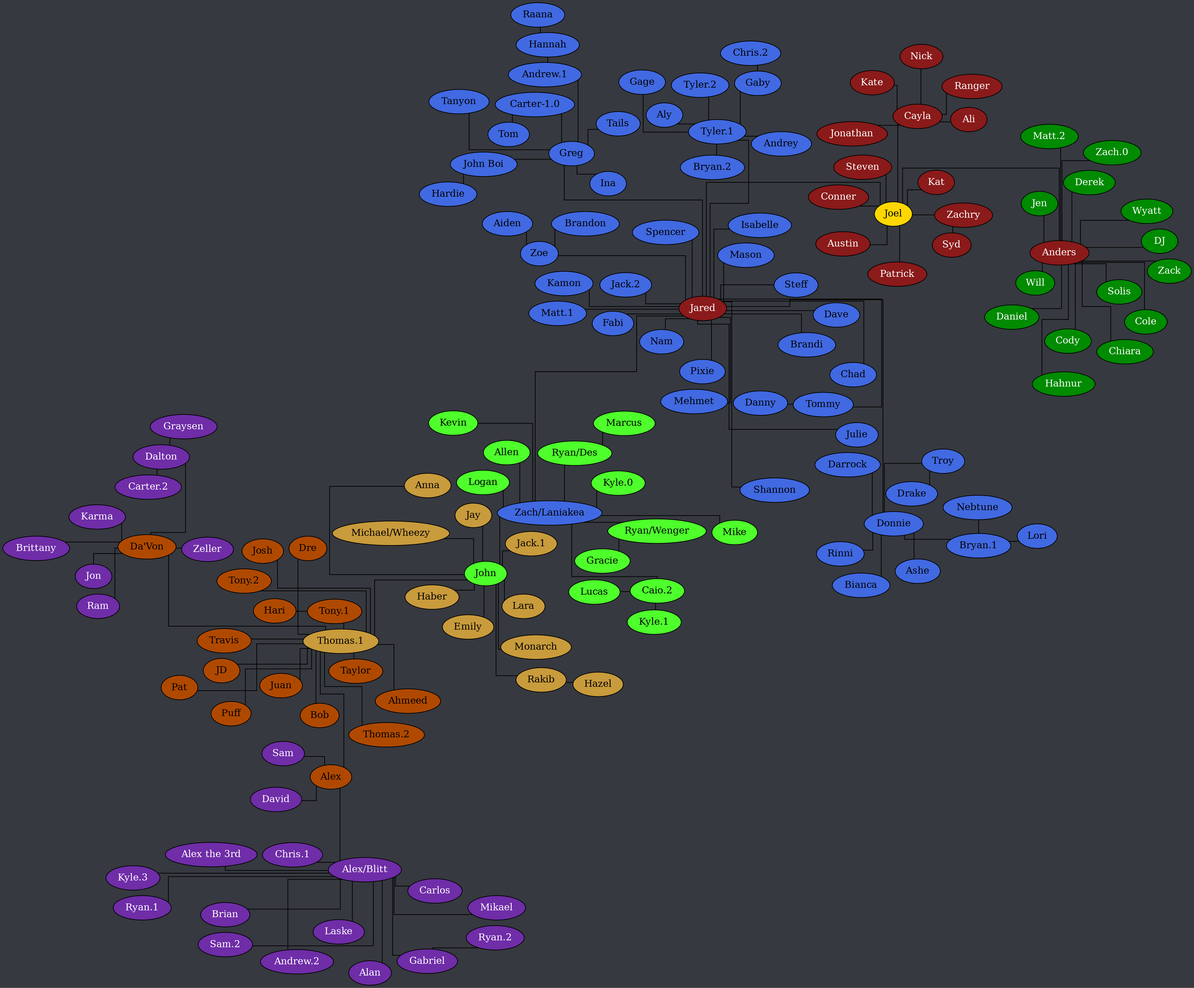
This is tree.png from Documidas/CoronaCatzFamilyTree, a Graphviz export, as it was before one commit. Its source is kept beside it as tree.dot.
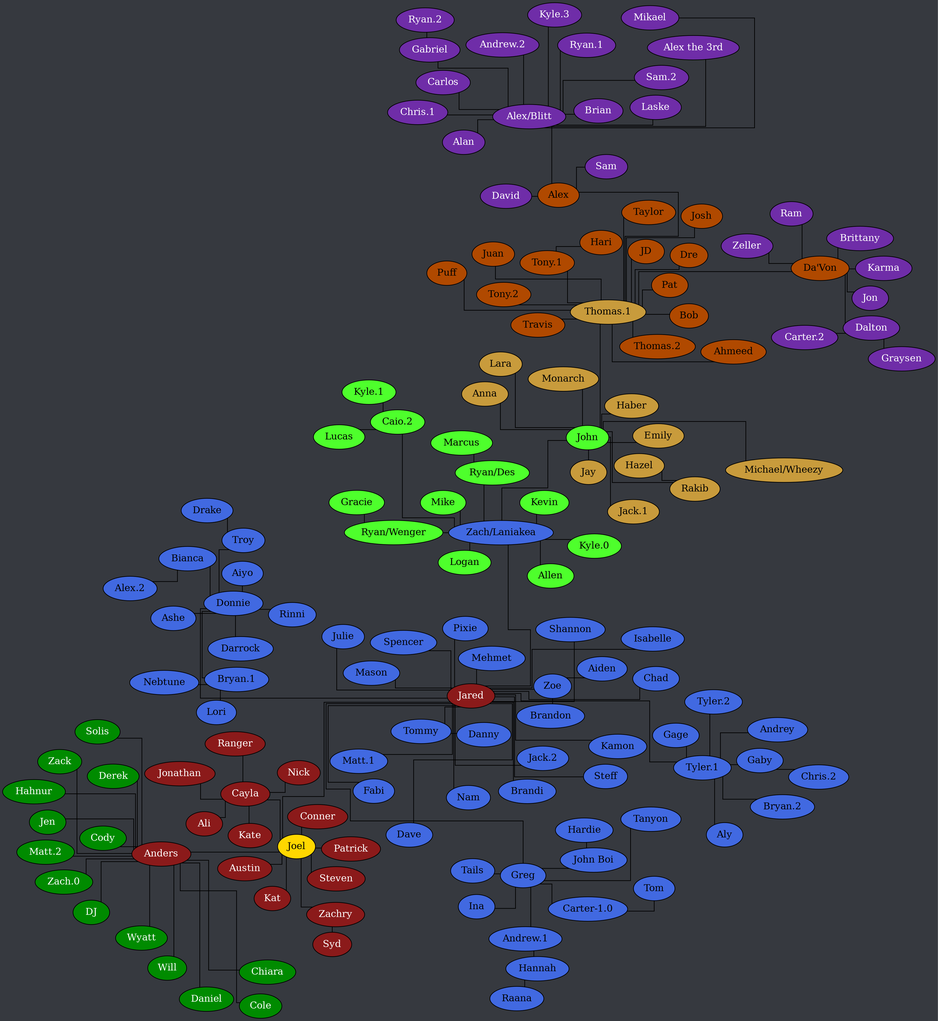
After the commit.

Commit message:
Add Alex.2, Aiyo

Change to the diagram source:
```diff
@@ -55,9 +55,11 @@
 		node [ style=filled fillcolor="royalblue" fontcolor="black" ];
 
 		"Andrew.1" -- Hannah;
+		Bianca -- "Alex.2";
 		"Bryan.1" -- Lori;
 		"Bryan.1" -- Nebtune;
 		"Carter-1.0" -- Tom;
+		Donnie -- Aiyo;
 		Donnie -- Ashe;
 		Donnie -- Bianca;
 		Donnie -- "Bryan.1";
```
